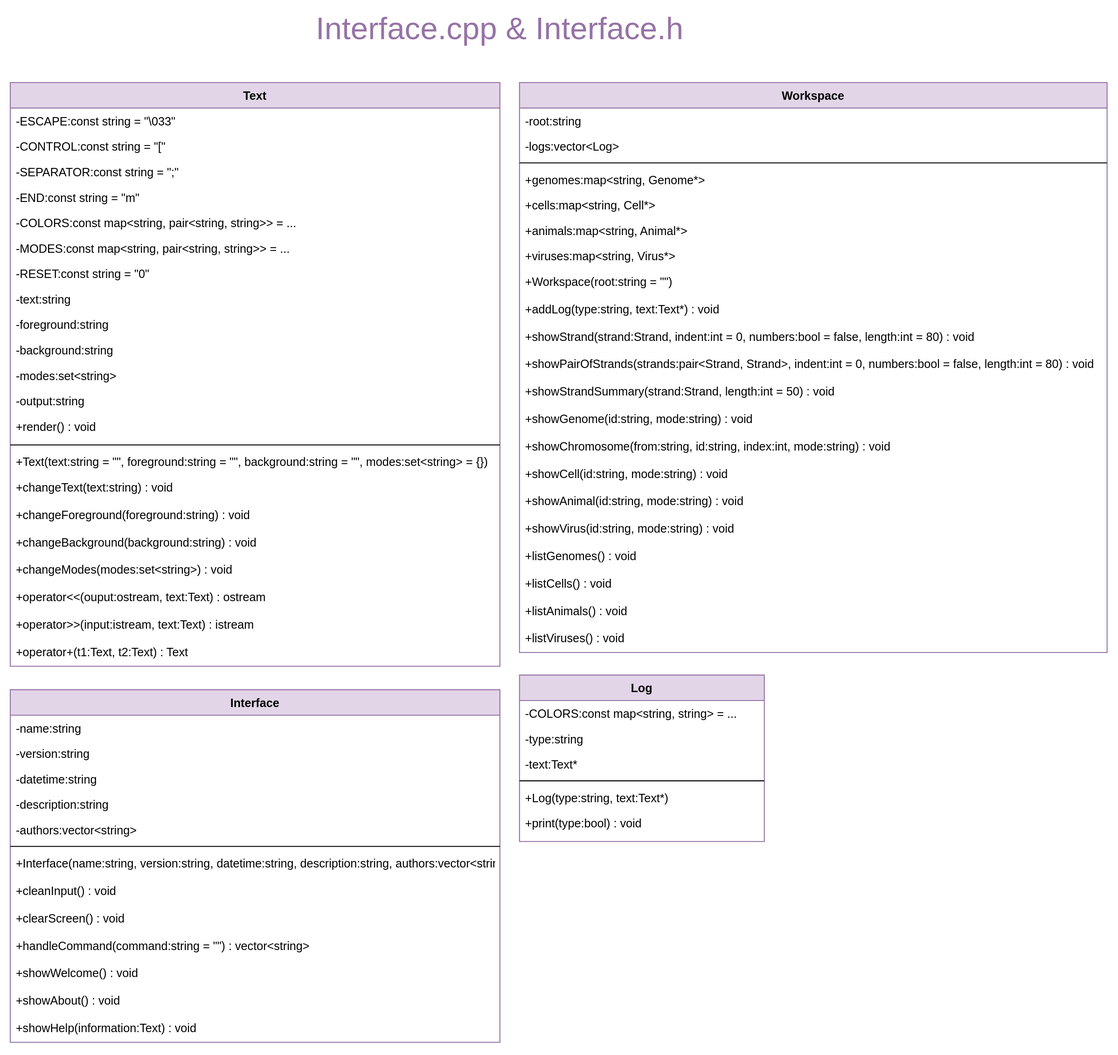
This is schema/classes/Interface.drawio.svg from k-forghani/class-of-life, a draw.io export, as it was before one commit. Source tidied: cells renumbered, new cells last; positions are measured from the earlier drawing's top-left corner, leaving out a move shared by most shapes.
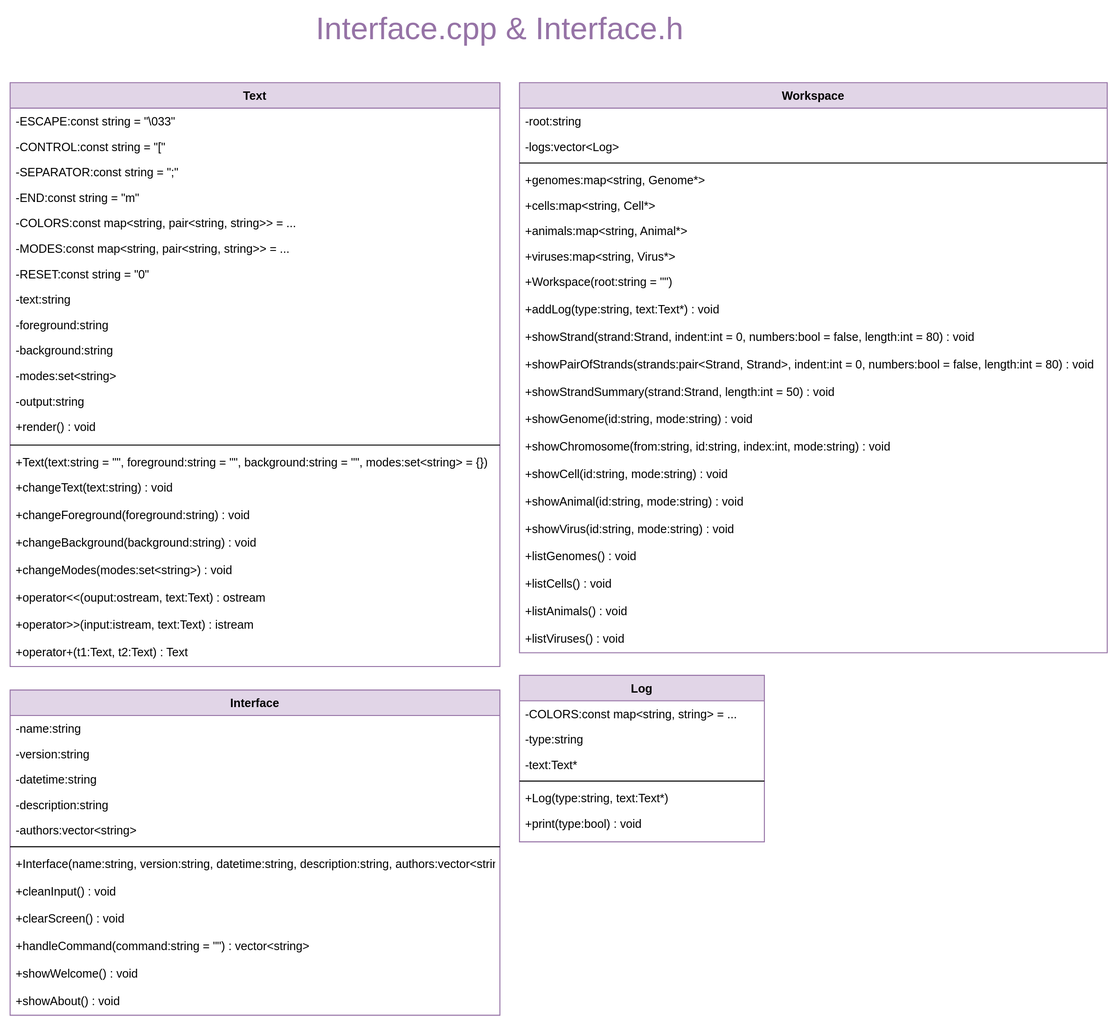
After the commit.

Change to the diagram source:
```diff
@@ -162,7 +162,7 @@
       <mxGeometry y="554" width="600" height="28" as="geometry" />
     </mxCell>
     <mxCell id="55" value="Interface" style="swimlane;fontStyle=1;align=center;verticalAlign=top;horizontal=1;startSize=26;rounded=0;shadow=0;strokeWidth=1;fillColor=#e1d5e7;strokeColor=#9673a6;swimlaneFillColor=default;" parent="1" vertex="1">
-      <mxGeometry y="690" width="500" height="360" as="geometry" />
+      <mxGeometry y="690" width="500" height="332" as="geometry" />
     </mxCell>
     <mxCell id="56" value="-name:string" style="text;align=left;verticalAlign=top;spacingLeft=4;spacingRight=4;overflow=hidden;" parent="55" vertex="1">
       <mxGeometry y="26" width="500" height="26" as="geometry" />
@@ -200,8 +200,5 @@
     <mxCell id="67" value="+showAbout() : void" style="text;align=left;verticalAlign=top;spacingLeft=4;spacingRight=4;overflow=hidden;" parent="55" vertex="1">
       <mxGeometry y="304" width="500" height="28" as="geometry" />
     </mxCell>
-    <mxCell id="68" value="+showHelp(information:Text) : void" style="text;align=left;verticalAlign=top;spacingLeft=4;spacingRight=4;overflow=hidden;" parent="55" vertex="1">
-      <mxGeometry y="332" width="500" height="28" as="geometry" />
-    </mxCell>
   </root>
 </mxGraphModel>
```
